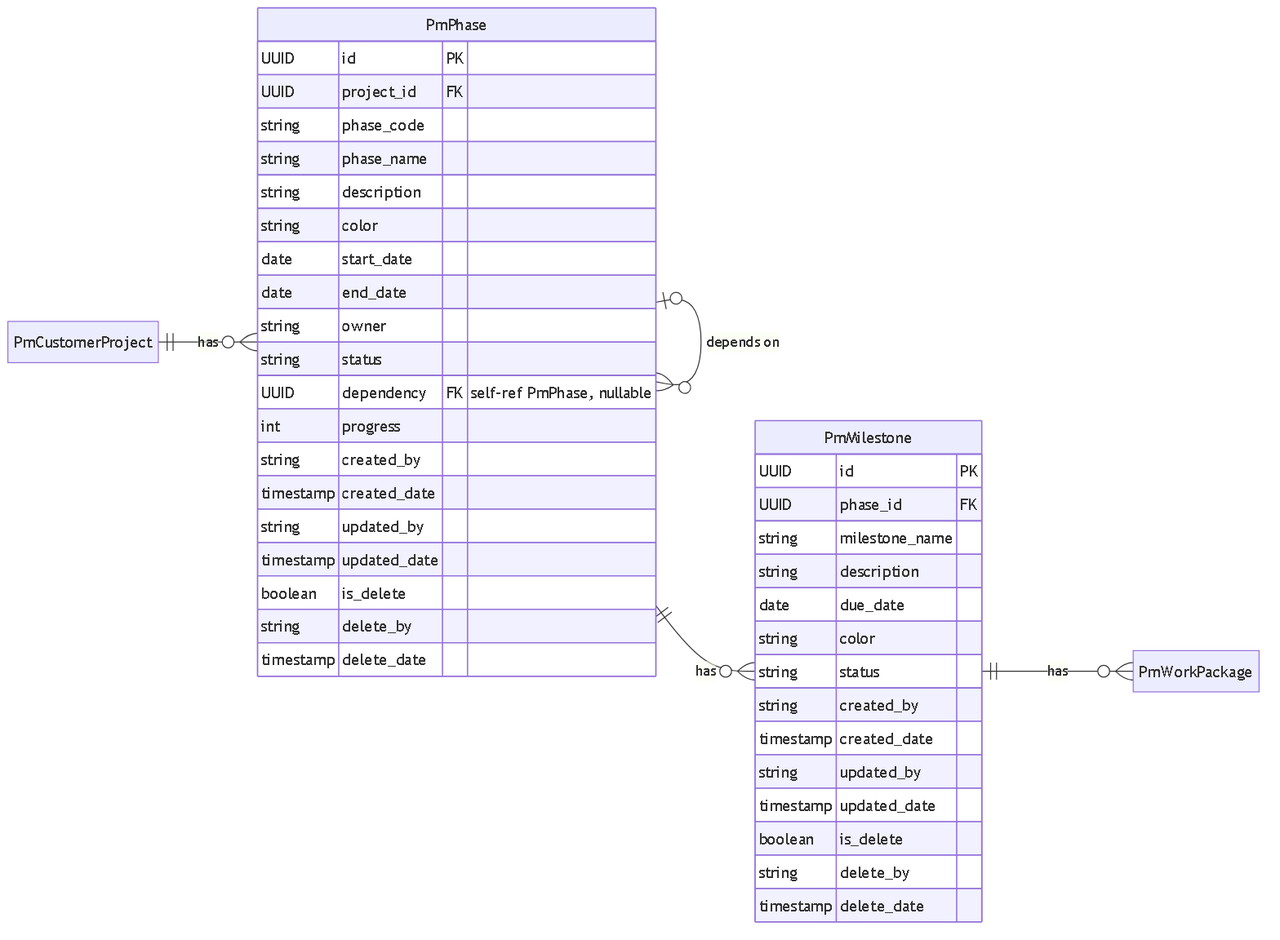
This is docs/erd/erd-05a1-phase-milestone.png from softinter-chiangrai/sic-project, a Mermaid export, as it was before one commit. Its source is kept beside it as docs/erd/erd-05a1-phase-milestone.mmd.
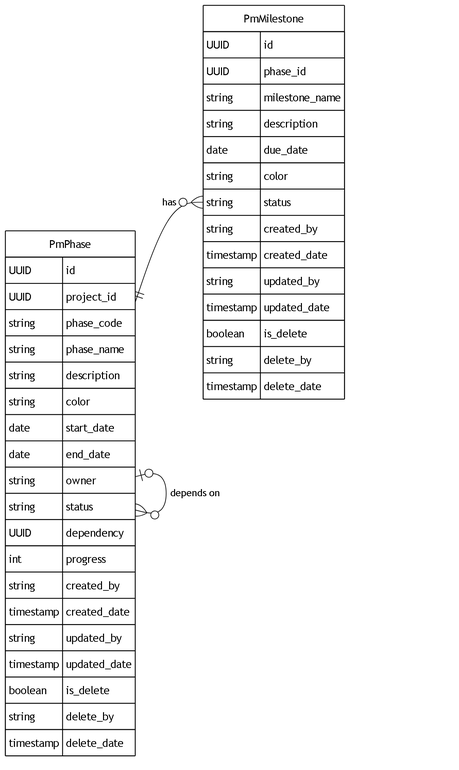
The same file after the commit.

Diff of the diagram source:
```diff
@@ -2,17 +2,10 @@
 erDiagram
     direction LR
 
-%%{init: {"er": {"diagramPadding": 6, "entityPadding": 8, "minEntityWidth": 70, "minEntityHeight": 30, "fontSize": 16}}}%%
-
-    PmCustomerProject {
-    }
-
-    PmWorkPackage {
-    }
-
+%%{init: {"theme": "base", "themeVariables": {"primaryColor": "#ffffff", "primaryBorderColor": "#000000", "primaryTextColor": "#000000", "lineColor": "#000000", "secondaryColor": "#ffffff", "tertiaryColor": "#ffffff"}, "er": {"diagramPadding": 8, "entityPadding": 12, "minEntityWidth": 90, "minEntityHeight": 40, "fontSize": 22}}}%%
     PmPhase {
-        UUID id PK
-        UUID project_id FK
+        UUID id
+        UUID project_id
         string phase_code
         string phase_name
         string description
@@ -21,7 +14,7 @@
         date end_date
         string owner
         string status
-        UUID dependency FK "self-ref PmPhase, nullable"
+        UUID dependency
         int progress
         string created_by
         timestamp created_date
@@ -33,8 +26,8 @@
     }
 
     PmMilestone {
-        UUID id PK
-        UUID phase_id FK
+        UUID id
+        UUID phase_id
         string milestone_name
         string description
         date due_date
@@ -49,7 +42,5 @@
         timestamp delete_date
     }
 
-    PmCustomerProject ||--o{ PmPhase : "has"
     PmPhase |o--o{ PmPhase : "depends on"
     PmPhase ||--o{ PmMilestone : "has"
-    PmMilestone ||--o{ PmWorkPackage : "has"
```
